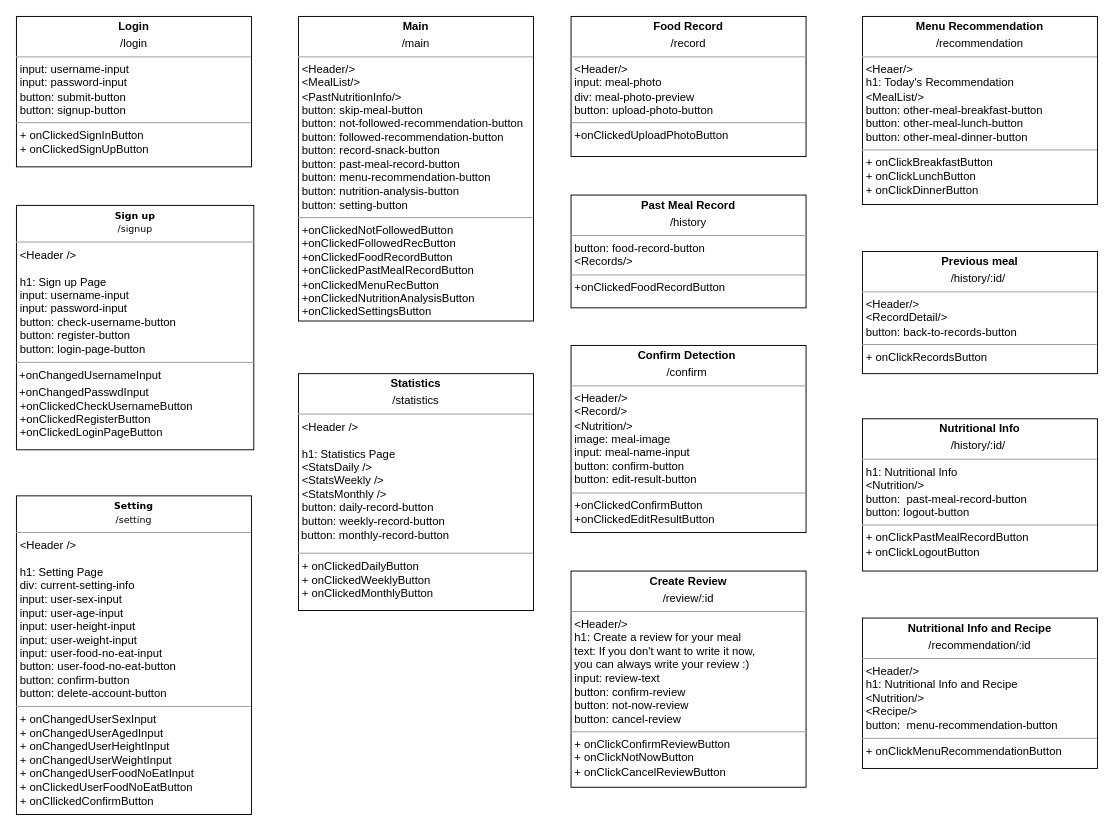
Before: diagrams/Page Diagram.drawio in swsnu/swpp2021-team5, a draw.io diagram. Source tidied: cells renumbered, new cells numbered last; positions are measured from the earlier drawing's top-left corner, leaving out a move shared by most shapes. Both pictures are drawn from the tidied source at 94%, with x=0, y=0 at pixel (16, 16).
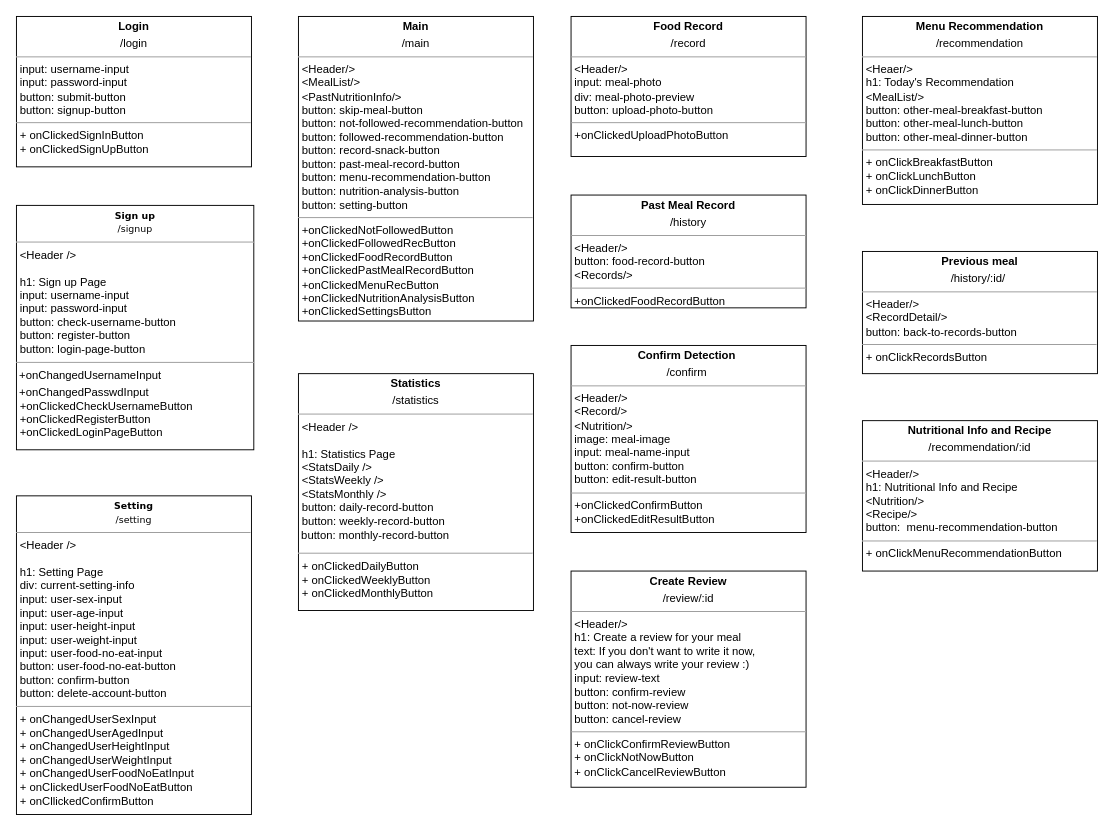
Above is the later version.

The edit, as a diff of the source:
```diff
@@
 <mxGraphModel>
   <root>
     <mxCell id="0" />
     <mxCell id="1" parent="0" />
     <mxCell id="2" value="&lt;p style=&quot;margin: 4px 0px 0px ; text-align: center&quot;&gt;&lt;b&gt;Statistics&lt;/b&gt;&lt;/p&gt;&lt;p style=&quot;margin: 4px 0px 0px ; text-align: center&quot;&gt;/statistics&lt;/p&gt;&lt;hr size=&quot;1&quot;&gt;&lt;p style=&quot;text-align: justify ; margin: 0px 0px 0px 4px&quot;&gt;&amp;lt;Header /&amp;gt;&lt;br&gt;&lt;/p&gt;&lt;p style=&quot;text-align: justify ; margin: 0px 0px 0px 4px&quot;&gt;&lt;br&gt;&lt;/p&gt;&lt;p style=&quot;text-align: justify ; margin: 0px 0px 0px 4px&quot;&gt;h1: Statistics Page&lt;/p&gt;&lt;p style=&quot;text-align: justify ; margin: 0px 0px 0px 4px&quot;&gt;&amp;lt;StatsDaily /&amp;gt;&lt;/p&gt;&lt;p style=&quot;text-align: justify ; margin: 0px 0px 0px 4px&quot;&gt;&amp;lt;StatsWeekly /&amp;gt;&lt;/p&gt;&lt;p style=&quot;text-align: justify ; margin: 0px 0px 0px 4px&quot;&gt;&amp;lt;StatsMonthly /&amp;gt;&lt;/p&gt;&lt;p style=&quot;text-align: justify ; margin: 0px 0px 0px 4px&quot;&gt;button: daily-record-button&lt;/p&gt;&lt;p style=&quot;text-align: justify ; margin: 0px 0px 0px 4px&quot;&gt;&lt;span style=&quot;text-align: left&quot;&gt;button:&amp;nbsp;&lt;/span&gt;&lt;span style=&quot;text-align: left&quot;&gt;weekly-record-button&amp;nbsp;&lt;/span&gt;&lt;/p&gt;&lt;span style=&quot;text-align: left&quot;&gt;&lt;div style=&quot;text-align: justify&quot;&gt;&lt;span&gt;&amp;nbsp;button:&amp;nbsp;&lt;/span&gt;&lt;span&gt;monthly-record-button&lt;/span&gt;&lt;/div&gt;&lt;/span&gt;&lt;p&gt;&lt;/p&gt;&lt;hr size=&quot;1&quot; style=&quot;text-align: justify&quot;&gt;&lt;p style=&quot;text-align: justify ; margin: 0px 0px 0px 4px&quot;&gt;+ onClickedDailyButton&lt;/p&gt;&lt;p style=&quot;text-align: justify ; margin: 0px 0px 0px 4px&quot;&gt;+ onClickedWeeklyButton&lt;/p&gt;&lt;p style=&quot;text-align: justify ; margin: 0px 0px 0px 4px&quot;&gt;+ onClickedMonthlyButton&lt;/p&gt;" style="verticalAlign=top;align=left;overflow=fill;fontSize=12;fontFamily=Helvetica;html=1;rounded=0;shadow=0;comic=0;labelBackgroundColor=none;strokeWidth=1;" parent="1" vertex="1">
       <mxGeometry x="300" y="380" width="250" height="252" as="geometry" />
     </mxCell>
     <mxCell id="3" value="&lt;p style=&quot;margin: 0px ; margin-top: 4px ; text-align: center&quot;&gt;&lt;b&gt;Main&lt;/b&gt;&lt;/p&gt;&lt;p style=&quot;margin: 0px ; margin-top: 4px ; text-align: center&quot;&gt;/main&lt;/p&gt;&lt;hr size=&quot;1&quot;&gt;&lt;p style=&quot;margin: 0px ; margin-left: 4px&quot;&gt;&lt;span&gt;&amp;lt;Header/&amp;gt;&lt;/span&gt;&lt;/p&gt;&lt;p style=&quot;margin: 0px ; margin-left: 4px&quot;&gt;&lt;span&gt;&amp;lt;MealList/&amp;gt;&lt;/span&gt;&lt;br&gt;&lt;/p&gt;&lt;p style=&quot;margin: 0px ; margin-left: 4px&quot;&gt;&amp;lt;PastNutritionInfo/&amp;gt;&lt;/p&gt;&lt;p style=&quot;margin: 0px ; margin-left: 4px&quot;&gt;button: skip-meal-button&lt;/p&gt;&lt;p style=&quot;margin: 0px ; margin-left: 4px&quot;&gt;button: not-followed-recommendation-button&lt;/p&gt;&lt;p style=&quot;margin: 0px 0px 0px 4px&quot;&gt;button: followed-recommendation-button&lt;/p&gt;&lt;p style=&quot;margin: 0px ; margin-left: 4px&quot;&gt;&lt;span&gt;button: record-snack-button&lt;/span&gt;&lt;br&gt;&lt;/p&gt;&lt;p style=&quot;margin: 0px 0px 0px 4px&quot;&gt;button: past-meal-record-button&lt;/p&gt;&lt;p style=&quot;margin: 0px 0px 0px 4px&quot;&gt;button: menu-recommendation-button&lt;/p&gt;&lt;p style=&quot;margin: 0px 0px 0px 4px&quot;&gt;button: nutrition-analysis-button&lt;/p&gt;&lt;p style=&quot;margin: 0px 0px 0px 4px&quot;&gt;&lt;span&gt;button: setting-button&lt;/span&gt;&lt;br&gt;&lt;/p&gt;&lt;hr size=&quot;1&quot;&gt;&lt;p style=&quot;margin: 0px ; margin-left: 4px&quot;&gt;+onClickedNotFollowedButton&lt;/p&gt;&lt;p style=&quot;margin: 0px ; margin-left: 4px&quot;&gt;+onClickedFollowedRecButton&lt;br&gt;&lt;/p&gt;&lt;p style=&quot;margin: 0px ; margin-left: 4px&quot;&gt;+onClickedFoodRecordButton&lt;/p&gt;&lt;p style=&quot;margin: 0px 0px 0px 4px&quot;&gt;+onClickedPastMealRecordButton&lt;/p&gt;&lt;p style=&quot;margin: 0px ; margin-left: 4px&quot;&gt;+onClickedMenuRecButton&lt;/p&gt;&lt;p style=&quot;margin: 0px ; margin-left: 4px&quot;&gt;+onClickedNutritionAnalysisButton&lt;/p&gt;&lt;p style=&quot;margin: 0px ; margin-left: 4px&quot;&gt;&lt;span&gt;+onClickedSettingsButton&lt;/span&gt;&lt;br&gt;&lt;/p&gt;" style="verticalAlign=top;align=left;overflow=fill;fontSize=12;fontFamily=Helvetica;html=1;rounded=0;shadow=0;comic=0;labelBackgroundColor=none;strokeWidth=1;" parent="1" vertex="1">
       <mxGeometry x="300" width="250" height="324" as="geometry" />
     </mxCell>
     <mxCell id="4" value="&lt;p style=&quot;margin: 0px ; margin-top: 4px ; text-align: center&quot;&gt;&lt;b&gt;Login&lt;/b&gt;&lt;/p&gt;&lt;p style=&quot;margin: 0px ; margin-top: 4px ; text-align: center&quot;&gt;/login&lt;/p&gt;&lt;hr size=&quot;1&quot;&gt;&lt;p style=&quot;margin: 0px ; margin-left: 4px&quot;&gt;input: username-input&lt;/p&gt;&lt;p style=&quot;margin: 0px ; margin-left: 4px&quot;&gt;input: password-input&lt;/p&gt;&lt;p style=&quot;margin: 0px ; margin-left: 4px&quot;&gt;button: submit-button&lt;/p&gt;&lt;p style=&quot;margin: 0px ; margin-left: 4px&quot;&gt;button: signup-button&lt;/p&gt;&lt;hr size=&quot;1&quot;&gt;&lt;p style=&quot;margin: 0px ; margin-left: 4px&quot;&gt;+ onClickedSignInButton&lt;/p&gt;&lt;p style=&quot;margin: 0px ; margin-left: 4px&quot;&gt;+ onClickedSignUpButton&lt;/p&gt;" style="verticalAlign=top;align=left;overflow=fill;fontSize=12;fontFamily=Helvetica;html=1;rounded=0;shadow=0;comic=0;labelBackgroundColor=none;strokeWidth=1;" parent="1" vertex="1">
       <mxGeometry width="250" height="160" as="geometry" />
     </mxCell>
     <mxCell id="5" value="&lt;p style=&quot;margin: 0px ; margin-top: 4px ; text-align: center&quot;&gt;&lt;b&gt;Food Record&lt;/b&gt;&lt;/p&gt;&lt;p style=&quot;margin: 0px ; margin-top: 4px ; text-align: center&quot;&gt;/record&lt;/p&gt;&lt;hr size=&quot;1&quot;&gt;&lt;p style=&quot;margin: 0px ; margin-left: 4px&quot;&gt;&lt;span&gt;&amp;lt;Header/&amp;gt;&lt;/span&gt;&lt;/p&gt;&lt;p style=&quot;margin: 0px ; margin-left: 4px&quot;&gt;&lt;span&gt;input: meal-photo&lt;/span&gt;&lt;/p&gt;&lt;p style=&quot;margin: 0px ; margin-left: 4px&quot;&gt;&lt;span&gt;div: meal-photo-preview&lt;/span&gt;&lt;/p&gt;&lt;p style=&quot;margin: 0px ; margin-left: 4px&quot;&gt;&lt;span&gt;button: upload-photo-button&lt;/span&gt;&lt;/p&gt;&lt;hr size=&quot;1&quot;&gt;&lt;p style=&quot;margin: 0px ; margin-left: 4px&quot;&gt;&lt;span&gt;+onClickedUploadPhotoButton&lt;/span&gt;&lt;br&gt;&lt;/p&gt;&lt;p style=&quot;margin: 0px ; margin-left: 4px&quot;&gt;&lt;br&gt;&lt;/p&gt;" style="verticalAlign=top;align=left;overflow=fill;fontSize=12;fontFamily=Helvetica;html=1;rounded=0;shadow=0;comic=0;labelBackgroundColor=none;strokeWidth=1;" parent="1" vertex="1">
       <mxGeometry x="590" width="250" height="149" as="geometry" />
     </mxCell>
-    <mxCell id="6" value="&lt;p style=&quot;margin: 0px ; margin-top: 4px ; text-align: center&quot;&gt;&lt;b&gt;Past Meal Record&lt;/b&gt;&lt;/p&gt;&lt;p style=&quot;margin: 0px ; margin-top: 4px ; text-align: center&quot;&gt;/history&lt;/p&gt;&lt;hr size=&quot;1&quot;&gt;&lt;p style=&quot;margin: 0px 0px 0px 4px&quot;&gt;button: food-record-button&lt;/p&gt;&lt;p style=&quot;margin: 0px 0px 0px 4px&quot;&gt;&amp;lt;Records/&amp;gt;&lt;/p&gt;&lt;hr size=&quot;1&quot;&gt;&lt;p style=&quot;margin: 0px ; margin-left: 4px&quot;&gt;+onClickedFoodRecordButton&lt;/p&gt;" style="verticalAlign=top;align=left;overflow=fill;fontSize=12;fontFamily=Helvetica;html=1;rounded=0;shadow=0;comic=0;labelBackgroundColor=none;strokeWidth=1;" parent="1" vertex="1">
+    <mxCell id="6" value="&lt;p style=&quot;margin: 0px ; margin-top: 4px ; text-align: center&quot;&gt;&lt;b&gt;Past Meal Record&lt;/b&gt;&lt;/p&gt;&lt;p style=&quot;margin: 0px ; margin-top: 4px ; text-align: center&quot;&gt;/history&lt;/p&gt;&lt;hr size=&quot;1&quot;&gt;&lt;p style=&quot;margin: 0px 0px 0px 4px&quot;&gt;&amp;lt;Header/&amp;gt;&lt;/p&gt;&lt;p style=&quot;margin: 0px 0px 0px 4px&quot;&gt;button: food-record-button&lt;/p&gt;&lt;p style=&quot;margin: 0px 0px 0px 4px&quot;&gt;&amp;lt;Records/&amp;gt;&lt;/p&gt;&lt;hr size=&quot;1&quot;&gt;&lt;p style=&quot;margin: 0px ; margin-left: 4px&quot;&gt;+onClickedFoodRecordButton&lt;/p&gt;" style="verticalAlign=top;align=left;overflow=fill;fontSize=12;fontFamily=Helvetica;html=1;rounded=0;shadow=0;comic=0;labelBackgroundColor=none;strokeWidth=1;" parent="1" vertex="1">
       <mxGeometry x="590" y="190" width="250" height="120" as="geometry" />
     </mxCell>
     <mxCell id="7" value="&lt;p style=&quot;margin: 4px 0px 0px ; text-align: center&quot;&gt;&lt;b style=&quot;font-family: &amp;#34;verdana&amp;#34; ; font-size: 10px&quot;&gt;Sign up&lt;/b&gt;&lt;br style=&quot;font-family: &amp;#34;verdana&amp;#34; ; font-size: 10px&quot;&gt;&lt;span style=&quot;font-family: &amp;#34;verdana&amp;#34; ; font-size: 10px&quot;&gt;/signup&lt;/span&gt;&lt;br&gt;&lt;/p&gt;&lt;hr size=&quot;1&quot;&gt;&lt;p style=&quot;text-align: justify ; margin: 0px 0px 0px 4px&quot;&gt;&amp;lt;Header /&amp;gt;&lt;/p&gt;&lt;p style=&quot;text-align: justify ; margin: 0px 0px 0px 4px&quot;&gt;&lt;br&gt;&lt;/p&gt;&lt;p style=&quot;text-align: justify ; margin: 0px 0px 0px 4px&quot;&gt;h1: Sign up Page&lt;/p&gt;&lt;p style=&quot;text-align: justify ; margin: 0px 0px 0px 4px&quot;&gt;input: username-input&lt;/p&gt;&lt;p style=&quot;text-align: justify ; margin: 0px 0px 0px 4px&quot;&gt;input: password-input&lt;/p&gt;&lt;p style=&quot;text-align: justify ; margin: 0px 0px 0px 4px&quot;&gt;button: check-username-button&lt;/p&gt;&lt;p style=&quot;text-align: justify ; margin: 0px 0px 0px 4px&quot;&gt;button: register-button&lt;/p&gt;&lt;p style=&quot;text-align: justify ; margin: 0px 0px 0px 4px&quot;&gt;button: login-page-button&lt;/p&gt;&lt;hr size=&quot;1&quot; style=&quot;text-align: justify&quot;&gt;&lt;p style=&quot;text-align: justify ; margin: 4px 0px 0px&quot;&gt;&lt;span&gt;&amp;nbsp;+onChangedUsernameInput&lt;/span&gt;&lt;br&gt;&lt;/p&gt;&lt;p style=&quot;text-align: justify ; margin: 4px 0px 0px&quot;&gt;&lt;span&gt;&amp;nbsp;+onChangedPasswdInput&lt;/span&gt;&lt;/p&gt;&lt;p style=&quot;text-align: justify ; margin: 0px 0px 0px 4px&quot;&gt;+onClickedCheckUsernameButton&lt;/p&gt;&lt;p style=&quot;text-align: justify ; margin: 0px 0px 0px 4px&quot;&gt;+onClickedRegisterButton&lt;/p&gt;&lt;p style=&quot;text-align: justify ; margin: 0px 0px 0px 4px&quot;&gt;+onClickedLoginPageButton&lt;/p&gt;" style="verticalAlign=top;align=left;overflow=fill;fontSize=12;fontFamily=Helvetica;html=1;" parent="1" vertex="1">
       <mxGeometry y="201" width="252.5" height="260" as="geometry" />
     </mxCell>
     <mxCell id="8" value="&lt;p style=&quot;margin: 4px 0px 0px ; text-align: center&quot;&gt;&lt;b style=&quot;font-family: &amp;#34;verdana&amp;#34; ; font-size: 10px&quot;&gt;Setting&lt;/b&gt;&lt;br style=&quot;font-family: &amp;#34;verdana&amp;#34; ; font-size: 10px&quot;&gt;&lt;span style=&quot;font-family: &amp;#34;verdana&amp;#34; ; font-size: 10px&quot;&gt;/setting&lt;/span&gt;&lt;br&gt;&lt;/p&gt;&lt;hr size=&quot;1&quot;&gt;&lt;p style=&quot;margin: 0px 0px 0px 4px&quot;&gt;&amp;lt;Header /&amp;gt;&lt;br&gt;&lt;/p&gt;&lt;p style=&quot;margin: 0px 0px 0px 4px&quot;&gt;&lt;br&gt;&lt;/p&gt;&lt;p style=&quot;margin: 0px 0px 0px 4px&quot;&gt;h1: Setting Page&lt;/p&gt;&lt;p style=&quot;margin: 0px 0px 0px 4px&quot;&gt;div: current-setting-info&lt;/p&gt;&lt;p style=&quot;margin: 0px 0px 0px 4px&quot;&gt;input: user-sex-input&lt;/p&gt;&lt;p style=&quot;margin: 0px 0px 0px 4px&quot;&gt;input: user-age-input&lt;/p&gt;&lt;p style=&quot;margin: 0px 0px 0px 4px&quot;&gt;input: user-height-input&lt;/p&gt;&lt;p style=&quot;margin: 0px 0px 0px 4px&quot;&gt;input: user-weight-input&lt;/p&gt;&lt;p style=&quot;margin: 0px 0px 0px 4px&quot;&gt;input: user-food-no-eat-input&lt;br&gt;&lt;/p&gt;&lt;p style=&quot;margin: 0px 0px 0px 4px&quot;&gt;button: user-food-no-eat-button&lt;/p&gt;&lt;p style=&quot;margin: 0px 0px 0px 4px&quot;&gt;button: confirm-button&lt;br&gt;&lt;/p&gt;&lt;p style=&quot;margin: 0px 0px 0px 4px&quot;&gt;button: delete-account-button&lt;/p&gt;&lt;hr size=&quot;1&quot;&gt;&lt;p style=&quot;margin: 0px 0px 0px 4px&quot;&gt;+ onChangedUserSexInput&lt;/p&gt;&lt;p style=&quot;margin: 0px 0px 0px 4px&quot;&gt;+ onChangedUserAgedInput&lt;/p&gt;&lt;p style=&quot;margin: 0px 0px 0px 4px&quot;&gt;+ onChangedUserHeightInput&lt;/p&gt;&lt;p style=&quot;margin: 0px 0px 0px 4px&quot;&gt;+ onChangedUserWeightInput&lt;/p&gt;&lt;p style=&quot;margin: 0px 0px 0px 4px&quot;&gt;+ onChangedUserFoodNoEatInput&lt;/p&gt;&lt;p style=&quot;margin: 0px 0px 0px 4px&quot;&gt;+ onClickedUserFoodNoEatButton&lt;/p&gt;&lt;p style=&quot;margin: 0px 0px 0px 4px&quot;&gt;+ onCllickedConfirmButton&lt;/p&gt;" style="verticalAlign=top;align=left;overflow=fill;fontSize=12;fontFamily=Helvetica;html=1;" parent="1" vertex="1">
       <mxGeometry y="510" width="250" height="339" as="geometry" />
     </mxCell>
     <mxCell id="9" value="&lt;p style=&quot;margin: 0px ; margin-top: 4px ; text-align: center&quot;&gt;&lt;b&gt;Confirm Detection&amp;nbsp;&lt;/b&gt;&lt;/p&gt;&lt;p style=&quot;margin: 0px ; margin-top: 4px ; text-align: center&quot;&gt;/confirm&lt;b&gt;&amp;nbsp;&lt;/b&gt;&lt;/p&gt;&lt;hr size=&quot;1&quot;&gt;&lt;p style=&quot;margin: 0px ; margin-left: 4px&quot;&gt;&amp;lt;Header/&amp;gt;&lt;/p&gt;&lt;p style=&quot;margin: 0px ; margin-left: 4px&quot;&gt;&amp;lt;Record/&amp;gt;&lt;/p&gt;&lt;p style=&quot;margin: 0px ; margin-left: 4px&quot;&gt;&amp;lt;Nutrition/&amp;gt;&lt;/p&gt;&lt;p style=&quot;margin: 0px ; margin-left: 4px&quot;&gt;image: meal-image&lt;/p&gt;&lt;p style=&quot;margin: 0px ; margin-left: 4px&quot;&gt;input: meal-name-input&lt;/p&gt;&lt;p style=&quot;margin: 0px ; margin-left: 4px&quot;&gt;&lt;span&gt;button: confirm-button&lt;/span&gt;&lt;br&gt;&lt;/p&gt;&lt;p style=&quot;margin: 0px ; margin-left: 4px&quot;&gt;button: edit-result-button&lt;/p&gt;&lt;hr size=&quot;1&quot;&gt;&lt;p style=&quot;margin: 0px ; margin-left: 4px&quot;&gt;+onClickedConfirmButton&lt;/p&gt;&lt;p style=&quot;margin: 0px ; margin-left: 4px&quot;&gt;+onClickedEditResultButton&lt;/p&gt;&lt;p style=&quot;margin: 0px ; margin-left: 4px&quot;&gt;&lt;br&gt;&lt;/p&gt;&lt;p style=&quot;margin: 0px ; margin-left: 4px&quot;&gt;&lt;br&gt;&lt;/p&gt;" style="verticalAlign=top;align=left;overflow=fill;fontSize=12;fontFamily=Helvetica;html=1;" parent="1" vertex="1">
       <mxGeometry x="590" y="350" width="250" height="199" as="geometry" />
     </mxCell>
     <mxCell id="10" value="&lt;p style=&quot;margin: 0px ; margin-top: 4px ; text-align: center&quot;&gt;&lt;b&gt;Menu Recommendation&lt;/b&gt;&lt;/p&gt;&lt;p style=&quot;margin: 0px ; margin-top: 4px ; text-align: center&quot;&gt;/recommendation&lt;/p&gt;&lt;hr size=&quot;1&quot;&gt;&lt;p style=&quot;margin: 0px 0px 0px 4px&quot;&gt;&amp;lt;Heaer/&amp;gt;&lt;/p&gt;&lt;p style=&quot;margin: 0px 0px 0px 4px&quot;&gt;h1: Today's Recommendation&lt;/p&gt;&lt;p style=&quot;margin: 0px 0px 0px 4px&quot;&gt;&amp;lt;MealList/&amp;gt;&lt;/p&gt;&lt;p style=&quot;margin: 0px 0px 0px 4px&quot;&gt;button:&amp;nbsp;other-meal-breakfast-button&lt;/p&gt;&lt;p style=&quot;margin: 0px 0px 0px 4px&quot;&gt;button: other-meal-lunch-button&lt;/p&gt;&lt;p style=&quot;margin: 0px 0px 0px 4px&quot;&gt;button: other-meal-dinner-button&lt;br&gt;&lt;/p&gt;&lt;hr size=&quot;1&quot;&gt;&lt;p style=&quot;margin: 0px 0px 0px 4px&quot;&gt;+ onClickBreakfastButton&lt;br&gt;+ onClickLunchButton&lt;/p&gt;&lt;p style=&quot;margin: 0px 0px 0px 4px&quot;&gt;+ onClickDinnerButton&lt;/p&gt;" style="verticalAlign=top;align=left;overflow=fill;fontSize=12;fontFamily=Helvetica;html=1;rounded=0;shadow=0;comic=0;labelBackgroundColor=none;strokeWidth=1;" parent="1" vertex="1">
       <mxGeometry x="900" width="250" height="200" as="geometry" />
     </mxCell>
     <mxCell id="11" value="&lt;p style=&quot;margin: 0px ; margin-top: 4px ; text-align: center&quot;&gt;&lt;b&gt;Nutritional Info and Recipe&lt;/b&gt;&lt;/p&gt;&lt;p style=&quot;margin: 0px ; margin-top: 4px ; text-align: center&quot;&gt;/recommendation/:id&lt;/p&gt;&lt;hr size=&quot;1&quot;&gt;&lt;p style=&quot;margin: 0px 0px 0px 4px&quot;&gt;&amp;lt;Header/&amp;gt;&lt;/p&gt;&lt;p style=&quot;margin: 0px 0px 0px 4px&quot;&gt;h1: Nutritional Info and Recipe&lt;/p&gt;&lt;p style=&quot;margin: 0px 0px 0px 4px&quot;&gt;&amp;lt;Nutrition/&amp;gt;&lt;/p&gt;&lt;p style=&quot;margin: 0px 0px 0px 4px&quot;&gt;&amp;lt;Recipe/&amp;gt;&lt;/p&gt;&lt;p style=&quot;margin: 0px 0px 0px 4px&quot;&gt;button:&amp;nbsp;&amp;nbsp;&lt;span style=&quot;text-align: center&quot;&gt;menu-recommendation-button&lt;/span&gt;&lt;/p&gt;&lt;hr size=&quot;1&quot;&gt;&lt;p style=&quot;margin: 0px 0px 0px 4px&quot;&gt;+ onClickMenuRecommendationButton&lt;/p&gt;" style="verticalAlign=top;align=left;overflow=fill;fontSize=12;fontFamily=Helvetica;html=1;rounded=0;shadow=0;comic=0;labelBackgroundColor=none;strokeWidth=1;" parent="1" vertex="1">
-      <mxGeometry x="900" y="640" width="250" height="160" as="geometry" />
+      <mxGeometry x="900" y="430" width="250" height="160" as="geometry" />
     </mxCell>
     <mxCell id="12" value="&lt;p style=&quot;margin: 0px ; margin-top: 4px ; text-align: center&quot;&gt;&lt;b&gt;Previous meal&lt;/b&gt;&lt;/p&gt;&lt;p style=&quot;margin: 0px ; margin-top: 4px ; text-align: center&quot;&gt;/history/:id/&lt;b&gt;&amp;nbsp;&lt;/b&gt;&lt;/p&gt;&lt;hr size=&quot;1&quot;&gt;&lt;p style=&quot;margin: 0px ; margin-left: 4px&quot;&gt;&amp;lt;Header/&amp;gt;&lt;/p&gt;&lt;p style=&quot;margin: 0px ; margin-left: 4px&quot;&gt;&amp;lt;RecordDetail/&amp;gt;&lt;/p&gt;&lt;p style=&quot;margin: 0px ; margin-left: 4px&quot;&gt;button: back-to-records-button&lt;/p&gt;&lt;hr size=&quot;1&quot;&gt;&lt;p style=&quot;margin: 0px ; margin-left: 4px&quot;&gt;+ onClickRecordsButton&lt;/p&gt;" style="verticalAlign=top;align=left;overflow=fill;fontSize=12;fontFamily=Helvetica;html=1;" parent="1" vertex="1">
       <mxGeometry x="900" y="250" width="250" height="130" as="geometry" />
     </mxCell>
     <mxCell id="13" value="&lt;p style=&quot;margin: 0px ; margin-top: 4px ; text-align: center&quot;&gt;&lt;b&gt;Create Review&lt;/b&gt;&lt;/p&gt;&lt;p style=&quot;margin: 0px ; margin-top: 4px ; text-align: center&quot;&gt;/review/:id&lt;/p&gt;&lt;hr size=&quot;1&quot;&gt;&lt;p style=&quot;margin: 0px ; margin-left: 4px&quot;&gt;&amp;lt;Header/&amp;gt;&lt;/p&gt;&lt;p style=&quot;margin: 0px ; margin-left: 4px&quot;&gt;h1: Create a review for your meal&lt;/p&gt;&lt;p style=&quot;margin: 0px ; margin-left: 4px&quot;&gt;text: If you don't want to write it now,&amp;nbsp;&lt;/p&gt;&lt;p style=&quot;margin: 0px ; margin-left: 4px&quot;&gt;you can always write your review :)&lt;/p&gt;&lt;p style=&quot;margin: 0px ; margin-left: 4px&quot;&gt;input: review-text&lt;/p&gt;&lt;p style=&quot;margin: 0px ; margin-left: 4px&quot;&gt;button: confirm-review&lt;/p&gt;&lt;p style=&quot;margin: 0px 0px 0px 4px&quot;&gt;button: not-now-review&lt;/p&gt;&lt;p style=&quot;margin: 0px 0px 0px 4px&quot;&gt;button: cancel-review&lt;br&gt;&lt;/p&gt;&lt;hr size=&quot;1&quot;&gt;&lt;p style=&quot;margin: 0px ; margin-left: 4px&quot;&gt;+ onClickConfirmReviewButton&lt;br&gt;+ onClickNotNowButton&lt;/p&gt;&lt;p style=&quot;margin: 0px ; margin-left: 4px&quot;&gt;+ onClickCancelReviewButton&lt;/p&gt;" style="verticalAlign=top;align=left;overflow=fill;fontSize=12;fontFamily=Helvetica;html=1;rounded=0;shadow=0;comic=0;labelBackgroundColor=none;strokeWidth=1;" parent="1" vertex="1">
       <mxGeometry x="590" y="590" width="250" height="230" as="geometry" />
     </mxCell>
-    <mxCell id="14" value="&lt;p style=&quot;margin: 0px ; margin-top: 4px ; text-align: center&quot;&gt;&lt;b&gt;Nutritional Info&lt;/b&gt;&lt;/p&gt;&lt;p style=&quot;margin: 0px ; margin-top: 4px ; text-align: center&quot;&gt;/history/:id/&lt;b&gt;&amp;nbsp;&lt;/b&gt;&lt;/p&gt;&lt;hr size=&quot;1&quot;&gt;&lt;p style=&quot;margin: 0px 0px 0px 4px&quot;&gt;h1: Nutritional Info&lt;/p&gt;&lt;p style=&quot;margin: 0px 0px 0px 4px&quot;&gt;&amp;lt;Nutrition/&amp;gt;&lt;/p&gt;&lt;p style=&quot;margin: 0px 0px 0px 4px&quot;&gt;button:&amp;nbsp; past-meal-record-button&amp;nbsp;&lt;br&gt;&lt;/p&gt;&lt;p style=&quot;margin: 0px 0px 0px 4px&quot;&gt;button: logout-button&lt;/p&gt;&lt;hr size=&quot;1&quot;&gt;&lt;p style=&quot;margin: 0px 0px 0px 4px&quot;&gt;+ onClickPastMealRecordButton&lt;/p&gt;&lt;p style=&quot;margin: 0px 0px 0px 4px&quot;&gt;+ onClickLogoutButton&lt;/p&gt;" style="verticalAlign=top;align=left;overflow=fill;fontSize=12;fontFamily=Helvetica;html=1;" parent="1" vertex="1">
-      <mxGeometry x="900" y="428" width="250" height="162" as="geometry" />
-    </mxCell>
   </root>
 </mxGraphModel>
```
